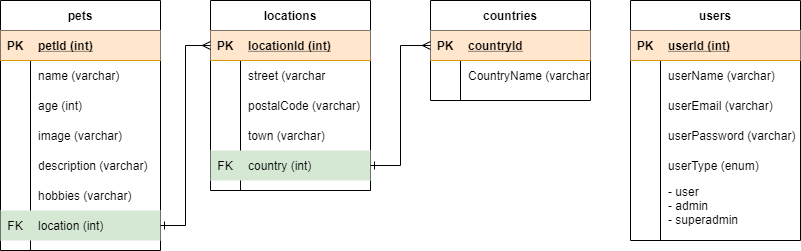
Before: concept/02_datamodel-adoptapet.png, a diagram exported from draw.io (mbalabanov/CFLMS-MarinBalabanov-CodeReview-11). Source tidied: cells renumbered, new cells last; positions are measured from the earlier drawing's top-left corner, leaving out a move shared by most shapes. Source of this version:
```xml
<mxGraphModel>
  <root>
    <mxCell id="0" />
    <mxCell id="1" parent="0" />
    <mxCell id="2" value="pets" style="shape=table;startSize=30;rowLines=0;fontStyle=1;align=center;" parent="1" vertex="1">
      <mxGeometry width="160" height="250" as="geometry" />
    </mxCell>
    <mxCell id="3" style="shape=partialRectangle;fillColor=#ffe6cc;top=0;left=0;bottom=1;right=0;strokeColor=#d79b00;" parent="2" vertex="1">
      <mxGeometry y="30" width="160" height="30" as="geometry" />
    </mxCell>
    <mxCell id="4" value="PK" style="shape=partialRectangle;fillColor=none;top=0;left=0;bottom=0;right=0;fontStyle=1;overflow=hidden;" parent="3" vertex="1">
      <mxGeometry width="30" height="30" as="geometry" />
    </mxCell>
    <mxCell id="5" value="petId (int)" style="shape=partialRectangle;fillColor=none;top=0;left=0;bottom=0;right=0;align=left;spacingLeft=6;fontStyle=5;overflow=hidden;" parent="3" vertex="1">
      <mxGeometry x="30" width="130" height="30" as="geometry" />
    </mxCell>
    <mxCell id="6" style="shape=partialRectangle;fillColor=none;top=0;left=0;bottom=0;right=0;" parent="2" vertex="1">
      <mxGeometry y="60" width="160" height="30" as="geometry" />
    </mxCell>
    <mxCell id="7" style="shape=partialRectangle;fillColor=none;top=0;left=0;bottom=0;right=0;overflow=hidden;" parent="6" vertex="1">
      <mxGeometry width="30" height="30" as="geometry" />
    </mxCell>
    <mxCell id="8" value="name (varchar)" style="shape=partialRectangle;fillColor=none;top=0;left=0;bottom=0;right=0;align=left;spacingLeft=6;overflow=hidden;" parent="6" vertex="1">
      <mxGeometry x="30" width="130" height="30" as="geometry" />
    </mxCell>
    <mxCell id="9" style="shape=partialRectangle;fillColor=none;top=0;left=0;bottom=0;right=0;" parent="2" vertex="1">
      <mxGeometry y="90" width="160" height="30" as="geometry" />
    </mxCell>
    <mxCell id="10" style="shape=partialRectangle;fillColor=none;top=0;left=0;bottom=0;right=0;overflow=hidden;" parent="9" vertex="1">
      <mxGeometry width="30" height="30" as="geometry" />
    </mxCell>
    <mxCell id="11" value="age (int)" style="shape=partialRectangle;fillColor=none;top=0;left=0;bottom=0;right=0;align=left;spacingLeft=6;overflow=hidden;" parent="9" vertex="1">
      <mxGeometry x="30" width="130" height="30" as="geometry" />
    </mxCell>
    <mxCell id="12" style="shape=partialRectangle;fillColor=none;top=0;left=0;bottom=0;right=0;" parent="2" vertex="1">
      <mxGeometry y="120" width="160" height="30" as="geometry" />
    </mxCell>
    <mxCell id="13" style="shape=partialRectangle;fillColor=none;top=0;left=0;bottom=0;right=0;overflow=hidden;" parent="12" vertex="1">
      <mxGeometry width="30" height="30" as="geometry" />
    </mxCell>
    <mxCell id="14" value="image (varchar)" style="shape=partialRectangle;fillColor=none;top=0;left=0;bottom=0;right=0;align=left;spacingLeft=6;overflow=hidden;" parent="12" vertex="1">
      <mxGeometry x="30" width="130" height="30" as="geometry" />
    </mxCell>
    <mxCell id="15" style="shape=partialRectangle;fillColor=none;top=0;left=0;bottom=0;right=0;" parent="2" vertex="1">
      <mxGeometry y="150" width="160" height="30" as="geometry" />
    </mxCell>
    <mxCell id="16" style="shape=partialRectangle;fillColor=none;top=0;left=0;bottom=0;right=0;overflow=hidden;" parent="15" vertex="1">
      <mxGeometry width="30" height="30" as="geometry" />
    </mxCell>
    <mxCell id="17" value="description (varchar)" style="shape=partialRectangle;fillColor=none;top=0;left=0;bottom=0;right=0;align=left;spacingLeft=6;overflow=hidden;" parent="15" vertex="1">
      <mxGeometry x="30" width="130" height="30" as="geometry" />
    </mxCell>
    <mxCell id="18" style="shape=partialRectangle;fillColor=none;top=0;left=0;bottom=0;right=0;" parent="2" vertex="1">
      <mxGeometry y="180" width="160" height="30" as="geometry" />
    </mxCell>
    <mxCell id="19" style="shape=partialRectangle;fillColor=none;top=0;left=0;bottom=0;right=0;overflow=hidden;" parent="18" vertex="1">
      <mxGeometry width="30" height="30" as="geometry" />
    </mxCell>
    <mxCell id="20" value="hobbies (varchar)" style="shape=partialRectangle;fillColor=none;top=0;left=0;bottom=0;right=0;align=left;spacingLeft=6;overflow=hidden;" parent="18" vertex="1">
      <mxGeometry x="30" width="130" height="30" as="geometry" />
    </mxCell>
    <mxCell id="21" style="shape=partialRectangle;fillColor=#d5e8d4;top=0;left=0;bottom=0;right=0;points=[[0,0.5],[1,0.5]];portConstraint=eastwest;strokeColor=#82b366;" parent="2" vertex="1">
      <mxGeometry y="210" width="160" height="30" as="geometry" />
    </mxCell>
    <mxCell id="22" value="FK" style="shape=partialRectangle;fillColor=none;top=0;left=0;bottom=0;right=0;overflow=hidden;" parent="21" vertex="1">
      <mxGeometry width="30" height="30" as="geometry" />
    </mxCell>
    <mxCell id="23" value="location (int)" style="shape=partialRectangle;fillColor=none;top=0;left=0;bottom=0;right=0;align=left;spacingLeft=6;overflow=hidden;" parent="21" vertex="1">
      <mxGeometry x="30" width="130" height="30" as="geometry" />
    </mxCell>
    <mxCell id="24" value="locations" style="shape=table;startSize=30;rowLines=0;fontStyle=1;align=center;" parent="1" vertex="1">
      <mxGeometry x="210" width="160" height="190" as="geometry" />
    </mxCell>
    <mxCell id="25" style="shape=partialRectangle;fillColor=#ffe6cc;top=0;left=0;bottom=1;right=0;points=[[0,0.5],[1,0.5]];portConstraint=eastwest;strokeColor=#d79b00;" parent="24" vertex="1">
      <mxGeometry y="30" width="160" height="30" as="geometry" />
    </mxCell>
    <mxCell id="26" value="PK" style="shape=partialRectangle;fillColor=none;top=0;left=0;bottom=0;right=0;fontStyle=1;overflow=hidden;" parent="25" vertex="1">
      <mxGeometry width="30" height="30" as="geometry" />
    </mxCell>
    <mxCell id="27" value="locationId (int)" style="shape=partialRectangle;fillColor=none;top=0;left=0;bottom=0;right=0;align=left;spacingLeft=6;fontStyle=5;overflow=hidden;" parent="25" vertex="1">
      <mxGeometry x="30" width="130" height="30" as="geometry" />
    </mxCell>
    <mxCell id="28" style="shape=partialRectangle;fillColor=none;top=0;left=0;bottom=0;right=0;" parent="24" vertex="1">
      <mxGeometry y="60" width="160" height="30" as="geometry" />
    </mxCell>
    <mxCell id="29" style="shape=partialRectangle;fillColor=none;top=0;left=0;bottom=0;right=0;overflow=hidden;" parent="28" vertex="1">
      <mxGeometry width="30" height="30" as="geometry" />
    </mxCell>
    <mxCell id="30" value="street (varchar" style="shape=partialRectangle;fillColor=none;top=0;left=0;bottom=0;right=0;align=left;spacingLeft=6;overflow=hidden;" parent="28" vertex="1">
      <mxGeometry x="30" width="130" height="30" as="geometry" />
    </mxCell>
    <mxCell id="31" style="shape=partialRectangle;fillColor=none;top=0;left=0;bottom=0;right=0;" parent="24" vertex="1">
      <mxGeometry y="90" width="160" height="30" as="geometry" />
    </mxCell>
    <mxCell id="32" style="shape=partialRectangle;fillColor=none;top=0;left=0;bottom=0;right=0;overflow=hidden;" parent="31" vertex="1">
      <mxGeometry width="30" height="30" as="geometry" />
    </mxCell>
    <mxCell id="33" value="postalCode (varchar)" style="shape=partialRectangle;fillColor=none;top=0;left=0;bottom=0;right=0;align=left;spacingLeft=6;overflow=hidden;" parent="31" vertex="1">
      <mxGeometry x="30" width="130" height="30" as="geometry" />
    </mxCell>
    <mxCell id="34" style="shape=partialRectangle;fillColor=none;top=0;left=0;bottom=0;right=0;" parent="24" vertex="1">
      <mxGeometry y="120" width="160" height="30" as="geometry" />
    </mxCell>
    <mxCell id="35" style="shape=partialRectangle;fillColor=none;top=0;left=0;bottom=0;right=0;overflow=hidden;" parent="34" vertex="1">
      <mxGeometry width="30" height="30" as="geometry" />
    </mxCell>
    <mxCell id="36" value="town (varchar)" style="shape=partialRectangle;fillColor=none;top=0;left=0;bottom=0;right=0;align=left;spacingLeft=6;overflow=hidden;" parent="34" vertex="1">
      <mxGeometry x="30" width="130" height="30" as="geometry" />
    </mxCell>
    <mxCell id="37" style="shape=partialRectangle;fillColor=#d5e8d4;top=0;left=0;bottom=0;right=0;points=[[0,0.5],[1,0.5]];portConstraint=eastwest;strokeColor=#82b366;" parent="24" vertex="1">
      <mxGeometry y="150" width="160" height="30" as="geometry" />
    </mxCell>
    <mxCell id="38" value="FK" style="shape=partialRectangle;fillColor=none;top=0;left=0;bottom=0;right=0;overflow=hidden;" parent="37" vertex="1">
      <mxGeometry width="30" height="30" as="geometry" />
    </mxCell>
    <mxCell id="39" value="country (int)" style="shape=partialRectangle;fillColor=none;top=0;left=0;bottom=0;right=0;align=left;spacingLeft=6;overflow=hidden;" parent="37" vertex="1">
      <mxGeometry x="30" width="130" height="30" as="geometry" />
    </mxCell>
    <mxCell id="40" value="countries" style="shape=table;startSize=30;rowLines=0;fontStyle=1;align=center;" parent="1" vertex="1">
      <mxGeometry x="430" width="160" height="100" as="geometry" />
    </mxCell>
    <mxCell id="41" style="shape=partialRectangle;fillColor=#ffe6cc;top=0;left=0;bottom=1;right=0;points=[[0,0.5],[1,0.5]];portConstraint=eastwest;strokeColor=#d79b00;" parent="40" vertex="1">
      <mxGeometry y="30" width="160" height="30" as="geometry" />
    </mxCell>
    <mxCell id="42" value="PK" style="shape=partialRectangle;fillColor=none;top=0;left=0;bottom=0;right=0;fontStyle=1;overflow=hidden;" parent="41" vertex="1">
      <mxGeometry width="30" height="30" as="geometry" />
    </mxCell>
    <mxCell id="43" value="countryId" style="shape=partialRectangle;fillColor=none;top=0;left=0;bottom=0;right=0;align=left;spacingLeft=6;fontStyle=5;overflow=hidden;" parent="41" vertex="1">
      <mxGeometry x="30" width="130" height="30" as="geometry" />
    </mxCell>
    <mxCell id="44" style="shape=partialRectangle;fillColor=none;top=0;left=0;bottom=0;right=0;" parent="40" vertex="1">
      <mxGeometry y="60" width="160" height="30" as="geometry" />
    </mxCell>
    <mxCell id="45" style="shape=partialRectangle;fillColor=none;top=0;left=0;bottom=0;right=0;overflow=hidden;" parent="44" vertex="1">
      <mxGeometry width="30" height="30" as="geometry" />
    </mxCell>
    <mxCell id="46" value="CountryName (varchar)" style="shape=partialRectangle;fillColor=none;top=0;left=0;bottom=0;right=0;align=left;spacingLeft=6;overflow=hidden;" parent="44" vertex="1">
      <mxGeometry x="30" width="130" height="30" as="geometry" />
    </mxCell>
    <mxCell id="47" style="edgeStyle=orthogonalEdgeStyle;rounded=0;jettySize=auto;html=1;entryX=0;entryY=0.5;entryDx=0;entryDy=0;endArrow=ERmany;endFill=0;startArrow=ERone;startFill=0;" parent="1" edge="1" source="21" target="25">
      <mxGeometry relative="1" as="geometry" />
    </mxCell>
    <mxCell id="48" style="edgeStyle=orthogonalEdgeStyle;rounded=0;jettySize=auto;html=1;entryX=0;entryY=0.5;entryDx=0;entryDy=0;startArrow=ERone;startFill=0;endArrow=ERmany;endFill=0;" parent="1" edge="1" source="37" target="41">
      <mxGeometry relative="1" as="geometry" />
    </mxCell>
    <mxCell id="49" value="users" style="shape=table;startSize=30;rowLines=0;fontStyle=1;align=center;" parent="1" vertex="1">
      <mxGeometry x="630" width="170" height="240" as="geometry" />
    </mxCell>
    <mxCell id="50" style="shape=partialRectangle;fillColor=#ffe6cc;top=0;left=0;bottom=1;right=0;strokeColor=#d79b00;" parent="49" vertex="1">
      <mxGeometry y="30" width="170" height="30" as="geometry" />
    </mxCell>
    <mxCell id="51" value="PK" style="shape=partialRectangle;fillColor=none;top=0;left=0;bottom=0;right=0;fontStyle=1;overflow=hidden;" parent="50" vertex="1">
      <mxGeometry width="30" height="30" as="geometry" />
    </mxCell>
    <mxCell id="52" value="userId (int)" style="shape=partialRectangle;fillColor=none;top=0;left=0;bottom=0;right=0;align=left;spacingLeft=6;fontStyle=5;overflow=hidden;" parent="50" vertex="1">
      <mxGeometry x="30" width="140" height="30" as="geometry" />
    </mxCell>
    <mxCell id="53" style="shape=partialRectangle;fillColor=none;top=0;left=0;bottom=0;right=0;" parent="49" vertex="1">
      <mxGeometry y="60" width="170" height="30" as="geometry" />
    </mxCell>
    <mxCell id="54" style="shape=partialRectangle;fillColor=none;top=0;left=0;bottom=0;right=0;overflow=hidden;" parent="53" vertex="1">
      <mxGeometry width="30" height="30" as="geometry" />
    </mxCell>
    <mxCell id="55" value="userName (varchar)" style="shape=partialRectangle;fillColor=none;top=0;left=0;bottom=0;right=0;align=left;spacingLeft=6;overflow=hidden;" parent="53" vertex="1">
      <mxGeometry x="30" width="140" height="30" as="geometry" />
    </mxCell>
    <mxCell id="56" style="shape=partialRectangle;fillColor=none;top=0;left=0;bottom=0;right=0;" parent="49" vertex="1">
      <mxGeometry y="90" width="170" height="30" as="geometry" />
    </mxCell>
    <mxCell id="57" style="shape=partialRectangle;fillColor=none;top=0;left=0;bottom=0;right=0;overflow=hidden;" parent="56" vertex="1">
      <mxGeometry width="30" height="30" as="geometry" />
    </mxCell>
    <mxCell id="58" value="userEmail (varchar)" style="shape=partialRectangle;fillColor=none;top=0;left=0;bottom=0;right=0;align=left;spacingLeft=6;overflow=hidden;" parent="56" vertex="1">
      <mxGeometry x="30" width="140" height="30" as="geometry" />
    </mxCell>
    <mxCell id="59" style="shape=partialRectangle;fillColor=none;top=0;left=0;bottom=0;right=0;" parent="49" vertex="1">
      <mxGeometry y="120" width="170" height="30" as="geometry" />
    </mxCell>
    <mxCell id="60" style="shape=partialRectangle;fillColor=none;top=0;left=0;bottom=0;right=0;overflow=hidden;" parent="59" vertex="1">
      <mxGeometry width="30" height="30" as="geometry" />
    </mxCell>
    <mxCell id="61" value="userPassword (varchar)" style="shape=partialRectangle;fillColor=none;top=0;left=0;bottom=0;right=0;align=left;spacingLeft=6;overflow=hidden;" parent="59" vertex="1">
      <mxGeometry x="30" width="140" height="30" as="geometry" />
    </mxCell>
    <mxCell id="62" style="shape=partialRectangle;fillColor=none;top=0;left=0;bottom=0;right=0;" parent="49" vertex="1">
      <mxGeometry y="150" width="170" height="30" as="geometry" />
    </mxCell>
    <mxCell id="63" style="shape=partialRectangle;fillColor=none;top=0;left=0;bottom=0;right=0;overflow=hidden;" parent="62" vertex="1">
      <mxGeometry width="30" height="30" as="geometry" />
    </mxCell>
    <mxCell id="64" value="userType (enum)" style="shape=partialRectangle;fillColor=none;top=0;left=0;bottom=0;right=0;align=left;spacingLeft=6;overflow=hidden;" parent="62" vertex="1">
      <mxGeometry x="30" width="140" height="30" as="geometry" />
    </mxCell>
    <mxCell id="65" style="shape=partialRectangle;fillColor=none;top=0;left=0;bottom=0;right=0;" parent="49" vertex="1">
      <mxGeometry y="180" width="170" height="50" as="geometry" />
    </mxCell>
    <mxCell id="66" style="shape=partialRectangle;fillColor=none;top=0;left=0;bottom=0;right=0;overflow=hidden;" parent="65" vertex="1">
      <mxGeometry width="30" height="50" as="geometry" />
    </mxCell>
    <mxCell id="67" value="- user&#10;- admin&#10;- superadmin" style="shape=partialRectangle;fillColor=none;top=0;left=0;bottom=0;right=0;align=left;spacingLeft=6;overflow=hidden;" parent="65" vertex="1">
      <mxGeometry x="30" width="140" height="50" as="geometry" />
    </mxCell>
  </root>
</mxGraphModel>
```
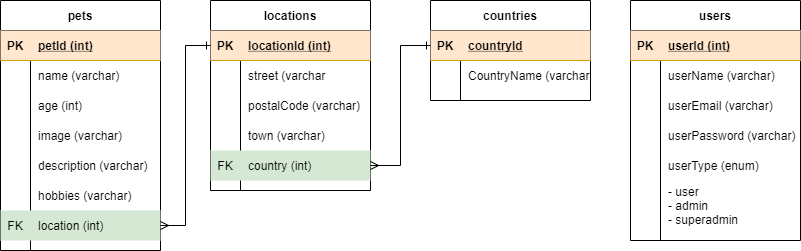
Above is the later version.

The edit, as a diff of the source:
```diff
@@ -137,10 +137,10 @@
     <mxCell id="46" value="CountryName (varchar)" style="shape=partialRectangle;fillColor=none;top=0;left=0;bottom=0;right=0;align=left;spacingLeft=6;overflow=hidden;" parent="44" vertex="1">
       <mxGeometry x="30" width="130" height="30" as="geometry" />
     </mxCell>
-    <mxCell id="47" style="edgeStyle=orthogonalEdgeStyle;rounded=0;jettySize=auto;html=1;entryX=0;entryY=0.5;entryDx=0;entryDy=0;endArrow=ERmany;endFill=0;startArrow=ERone;startFill=0;" parent="1" edge="1" source="21" target="25">
+    <mxCell id="47" style="edgeStyle=orthogonalEdgeStyle;rounded=0;jettySize=auto;html=1;entryX=0;entryY=0.5;entryDx=0;entryDy=0;endArrow=ERone;endFill=0;startArrow=ERmany;startFill=0;" parent="1" edge="1" source="21" target="25">
       <mxGeometry relative="1" as="geometry" />
     </mxCell>
-    <mxCell id="48" style="edgeStyle=orthogonalEdgeStyle;rounded=0;jettySize=auto;html=1;entryX=0;entryY=0.5;entryDx=0;entryDy=0;startArrow=ERone;startFill=0;endArrow=ERmany;endFill=0;" parent="1" edge="1" source="37" target="41">
+    <mxCell id="48" style="edgeStyle=orthogonalEdgeStyle;rounded=0;jettySize=auto;html=1;entryX=0;entryY=0.5;entryDx=0;entryDy=0;startArrow=ERmany;startFill=0;endArrow=ERone;endFill=0;" parent="1" edge="1" source="37" target="41">
       <mxGeometry relative="1" as="geometry" />
     </mxCell>
     <mxCell id="49" value="users" style="shape=table;startSize=30;rowLines=0;fontStyle=1;align=center;" parent="1" vertex="1">
```
